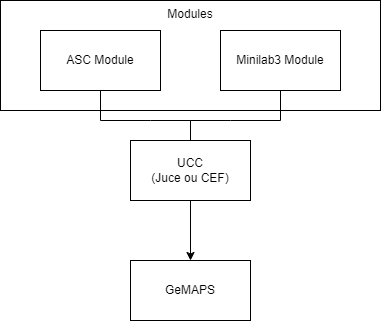
Before: graphics/gmaps.png, a diagram exported from draw.io (ThomasColin1/rapport_pfe). Source tidied: cells renumbered, new cells last; positions are measured from the earlier drawing's top-left corner, leaving out a move shared by most shapes.
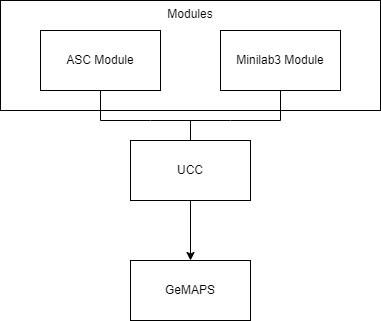
The same diagram one commit later.

Commit message:
Corrections schemas + powerpoint

Diff of the diagram source:
```diff
@@ -23,7 +23,7 @@
     <mxCell id="6" style="edgeStyle=none;html=1;" parent="1" edge="1" source="7" target="8">
       <mxGeometry relative="1" as="geometry" />
     </mxCell>
-    <mxCell id="7" value="UCC&lt;br&gt;(Juce ou CEF)" style="whiteSpace=wrap;html=1;" parent="1" vertex="1">
+    <mxCell id="7" value="UCC" style="whiteSpace=wrap;html=1;" parent="1" vertex="1">
       <mxGeometry x="130" y="140" width="120" height="60" as="geometry" />
     </mxCell>
     <mxCell id="8" value="GeMAPS&lt;br&gt;" style="whiteSpace=wrap;html=1;" parent="1" vertex="1">
```
